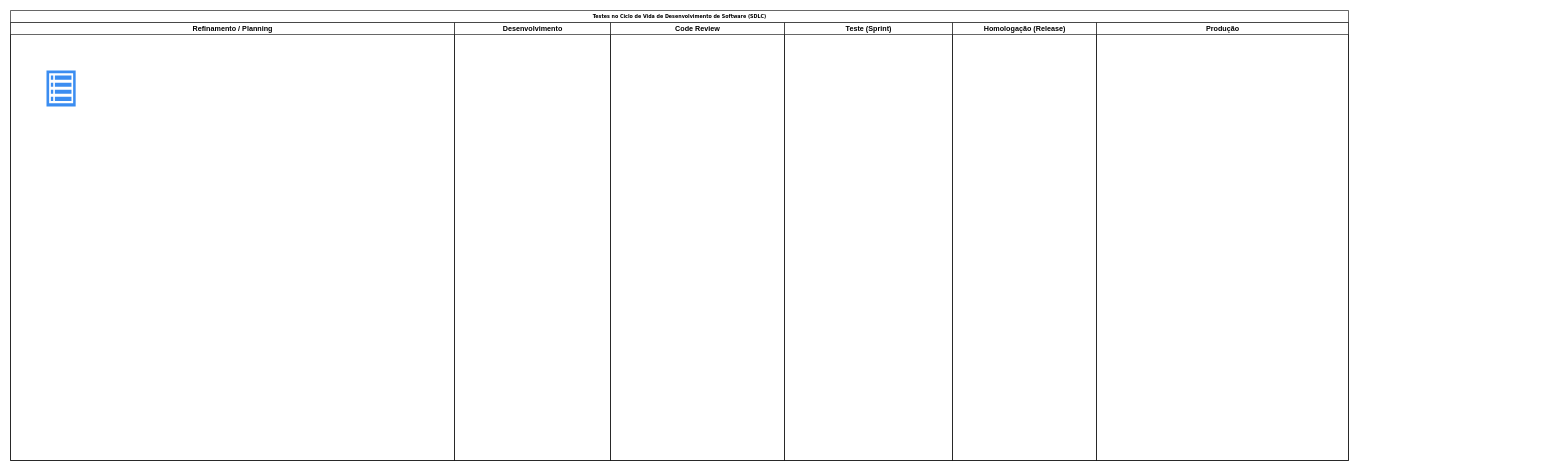
Above: Diagrama sem nome.drawio in QuintilianoNery/TestesNoSDLC (draw.io), before the change. Source tidied: cells renumbered, new cells numbered last; positions are measured from the earlier drawing's top-left corner, leaving out a move shared by most shapes. Both pictures are drawn from the tidied source at 60%, with x=0, y=0 at pixel (10, 10).
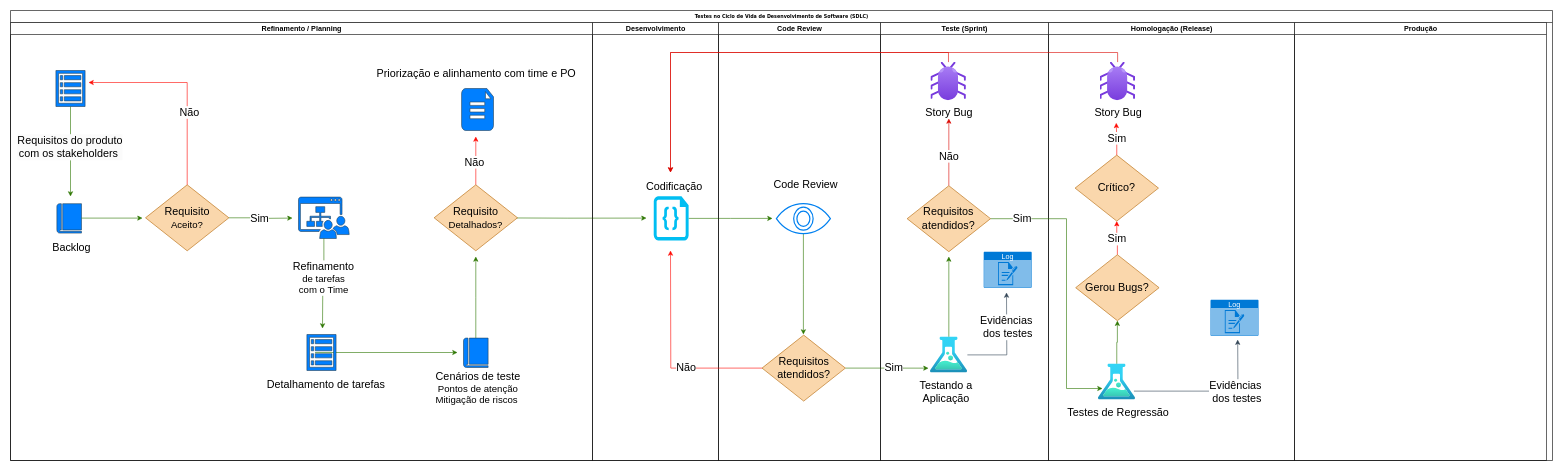
After the change.

Commit message:
Criação da arquitetura da atuação do QA.drawio

Change to the diagram source:
```diff
@@
     <mxCell id="2" value="Testes no Ciclo de Vida de Desenvolvimento de Software (SDLC)" style="swimlane;html=1;startSize=20;rounded=0;shadow=0;labelBackgroundColor=none;strokeWidth=1;fontFamily=Verdana;fontSize=8;align=center;" parent="1" vertex="1">
-      <mxGeometry width="2230" height="750" as="geometry" />
+      <mxGeometry width="2570" height="750" as="geometry" />
     </mxCell>
     <mxCell id="3" value="Refinamento / Planning" style="swimlane;html=1;startSize=20;" parent="2" vertex="1">
-      <mxGeometry y="20" width="740" height="730" as="geometry" />
+      <mxGeometry y="20" width="970" height="730" as="geometry" />
     </mxCell>
+    <mxCell id="10" style="edgeStyle=orthogonalEdgeStyle;rounded=0;jettySize=auto;html=1;fillColor=#60a917;strokeColor=#2D7600;flowAnimation=1;" parent="3" edge="1" source="4">
+      <mxGeometry relative="1" as="geometry">
+        <mxPoint x="100" y="290" as="targetPoint" />
+      </mxGeometry>
+    </mxCell>
+    <mxCell id="11" value="&lt;div style=&quot;font-size: 12px; background-color: rgb(251, 251, 251);&quot;&gt;&lt;span style=&quot;font-size: 18px;&quot;&gt;Requisitos do produto&lt;/span&gt;&lt;/div&gt;&lt;div style=&quot;font-size: 12px; background-color: rgb(251, 251, 251);&quot;&gt;&lt;span style=&quot;font-size: 18px;&quot;&gt;com os stakeholders&amp;nbsp;&lt;/span&gt;&lt;/div&gt;" style="edgeLabel;html=1;align=center;verticalAlign=middle;" parent="10" vertex="1">
+      <mxGeometry x="0.61" y="-2" relative="1" as="geometry">
+        <mxPoint y="-53" as="offset" />
+      </mxGeometry>
+    </mxCell>
-    <mxCell id="4" style="sketch=0;html=1;strokeColor=none;shadow=0;fillColor=#3B8DF1;verticalAlign=top;labelPosition=center;verticalLabelPosition=bottom;shape=mxgraph.gcp2.view_list;" parent="3" vertex="1">
-      <mxGeometry x="60" y="80" width="48.6" height="60" as="geometry" />
+    <mxCell id="4" style="sketch=0;html=1;strokeColor=#23445d;shadow=0;fillColor=#007FFF;verticalAlign=top;labelPosition=center;verticalLabelPosition=bottom;shape=mxgraph.gcp2.view_list;" parent="3" vertex="1">
+      <mxGeometry x="75.7" y="80" width="48.6" height="60" as="geometry" />
     </mxCell>
+    <mxCell id="12" style="sketch=0;shadow=0;dashed=0;html=1;strokeColor=#23445d;fillColor=#007FFF;labelPosition=center;verticalLabelPosition=bottom;verticalAlign=top;outlineConnect=0;align=center;shape=mxgraph.office.concepts.book_journal;" parent="3" vertex="1">
+      <mxGeometry x="77.3" y="302" width="41" height="49" as="geometry" />
+    </mxCell>
+    <mxCell id="13" value="&lt;span style=&quot;font-size: 18px;&quot;&gt;Backlog&amp;nbsp;&lt;/span&gt;" style="text;html=1;align=center;verticalAlign=middle;strokeColor=none;fillColor=none;" parent="3" vertex="1">
+      <mxGeometry x="58.8" y="356" width="90" height="40" as="geometry" />
+    </mxCell>
+    <mxCell id="14" style="edgeStyle=orthogonalEdgeStyle;rounded=0;jettySize=auto;html=1;fillColor=#60a917;strokeColor=#2D7600;flowAnimation=1;" parent="3" edge="1" source="16">
+      <mxGeometry relative="1" as="geometry">
+        <mxPoint x="470" y="326" as="targetPoint" />
+      </mxGeometry>
+    </mxCell>
+    <mxCell id="15" value="&lt;font style=&quot;font-size: 18px;&quot;&gt;Sim&lt;/font&gt;" style="edgeLabel;html=1;align=center;verticalAlign=middle;" parent="14" vertex="1">
+      <mxGeometry x="-0.06" y="-1" relative="1" as="geometry" />
+    </mxCell>
+    <mxCell id="16" value="&lt;div&gt;&lt;font style=&quot;font-size: 18px;&quot;&gt;Requisito&lt;/font&gt;&lt;/div&gt;&lt;div&gt;&lt;font size=&quot;3&quot;&gt;Aceito?&lt;/font&gt;&lt;/div&gt;" style="rhombus;whiteSpace=wrap;html=1;fillColor=#fad7ac;strokeColor=#b46504;" parent="3" vertex="1">
+      <mxGeometry x="225" y="270.5" width="139" height="110" as="geometry" />
+    </mxCell>
+    <mxCell id="17" style="edgeStyle=orthogonalEdgeStyle;rounded=0;jettySize=auto;html=1;fillColor=#60a917;strokeColor=#2D7600;flowAnimation=1;" parent="3" edge="1" source="12">
+      <mxGeometry relative="1" as="geometry">
+        <mxPoint x="220" y="326" as="targetPoint" />
+      </mxGeometry>
+    </mxCell>
+    <mxCell id="18" style="edgeStyle=orthogonalEdgeStyle;rounded=0;jettySize=auto;html=1;exitX=0.5;exitY=0;exitDx=0;exitDy=0;strokeColor=#ff0800;flowAnimation=1;" parent="3" edge="1" source="16">
+      <mxGeometry relative="1" as="geometry">
+        <mxPoint x="130" y="100" as="targetPoint" />
+        <Array as="points">
+          <mxPoint x="295" y="100" />
+        </Array>
+      </mxGeometry>
+    </mxCell>
+    <mxCell id="19" value="&lt;font style=&quot;font-size: 18px;&quot;&gt;Não&lt;/font&gt;" style="edgeLabel;html=1;align=center;verticalAlign=middle;" parent="18" vertex="1">
+      <mxGeometry x="-0.28" y="-3" relative="1" as="geometry" />
+    </mxCell>
+    <mxCell id="20" style="sketch=0;shadow=0;dashed=0;html=1;strokeColor=#23445d;fillColor=#007FFF;labelPosition=center;verticalLabelPosition=bottom;verticalAlign=top;outlineConnect=0;align=center;shape=mxgraph.office.sites.site_team;" parent="3" vertex="1">
+      <mxGeometry x="480" y="291" width="84.5" height="69" as="geometry" />
+    </mxCell>
+    <mxCell id="21" style="edgeStyle=orthogonalEdgeStyle;rounded=0;orthogonalLoop=1;jettySize=auto;html=1;fillColor=#60a917;strokeColor=#2D7600;flowAnimation=1;" parent="3" edge="1">
+      <mxGeometry relative="1" as="geometry">
+        <mxPoint x="507.5" y="550" as="sourcePoint" />
+        <mxPoint x="745" y="550" as="targetPoint" />
+      </mxGeometry>
+    </mxCell>
+    <mxCell id="22" style="sketch=0;html=1;strokeColor=#23445d;shadow=0;fillColor=#007FFF;verticalAlign=top;labelPosition=center;verticalLabelPosition=bottom;shape=mxgraph.gcp2.view_list;" parent="3" vertex="1">
+      <mxGeometry x="494" y="520" width="48.6" height="60" as="geometry" />
+    </mxCell>
+    <mxCell id="23" style="edgeStyle=orthogonalEdgeStyle;rounded=0;jettySize=auto;html=1;fillColor=#60a917;strokeColor=#2D7600;flowAnimation=1;" parent="3" edge="1" source="20">
+      <mxGeometry relative="1" as="geometry">
+        <mxPoint x="520" y="510" as="targetPoint" />
+      </mxGeometry>
+    </mxCell>
+    <mxCell id="24" value="&lt;div&gt;&lt;font style=&quot;font-size: 18px;&quot;&gt;Refinamento&amp;nbsp;&lt;/font&gt;&lt;/div&gt;&lt;div&gt;&lt;font size=&quot;3&quot;&gt;de tarefas&amp;nbsp;&lt;/font&gt;&lt;/div&gt;&lt;div&gt;&lt;font size=&quot;3&quot;&gt;com o Time&amp;nbsp;&lt;/font&gt;&lt;/div&gt;" style="edgeLabel;html=1;align=center;verticalAlign=middle;" parent="23" vertex="1">
+      <mxGeometry x="-0.15" y="1" relative="1" as="geometry" />
+    </mxCell>
+    <mxCell id="25" style="edgeStyle=orthogonalEdgeStyle;rounded=0;jettySize=auto;html=1;fillColor=#60a917;strokeColor=#2D7600;flowAnimation=1;" parent="3" edge="1" source="26">
+      <mxGeometry relative="1" as="geometry">
+        <mxPoint x="775.5" y="390" as="targetPoint" />
+      </mxGeometry>
+    </mxCell>
+    <mxCell id="26" style="sketch=0;shadow=0;dashed=0;html=1;strokeColor=#23445d;fillColor=#007FFF;labelPosition=center;verticalLabelPosition=bottom;verticalAlign=top;outlineConnect=0;align=center;shape=mxgraph.office.concepts.book_journal;" parent="3" vertex="1">
+      <mxGeometry x="755" y="526" width="41" height="49" as="geometry" />
+    </mxCell>
+    <mxCell id="27" style="edgeStyle=orthogonalEdgeStyle;rounded=0;jettySize=auto;html=1;fillColor=#f8cecc;strokeColor=#ff0800;flowAnimation=1;" parent="3" edge="1" source="30">
+      <mxGeometry relative="1" as="geometry">
+        <mxPoint x="775.5" y="190" as="targetPoint" />
+      </mxGeometry>
+    </mxCell>
+    <mxCell id="28" value="&lt;font style=&quot;font-size: 18px;&quot;&gt;Não&lt;/font&gt;" style="edgeLabel;html=1;align=center;verticalAlign=middle;" parent="27" vertex="1">
+      <mxGeometry x="-0.06" y="3" relative="1" as="geometry" />
+    </mxCell>
+    <mxCell id="29" style="edgeStyle=orthogonalEdgeStyle;rounded=0;orthogonalLoop=1;jettySize=auto;html=1;fillColor=#60a917;strokeColor=#2D7600;flowAnimation=1;" parent="3" edge="1">
+      <mxGeometry relative="1" as="geometry">
+        <mxPoint x="796.9" y="325.6" as="sourcePoint" />
+        <mxPoint x="1060" y="326" as="targetPoint" />
+      </mxGeometry>
+    </mxCell>
+    <mxCell id="30" value="&lt;div&gt;&lt;font style=&quot;font-size: 18px;&quot;&gt;Requisito&lt;/font&gt;&lt;/div&gt;&lt;div&gt;&lt;font size=&quot;3&quot;&gt;Detalhados?&lt;/font&gt;&lt;/div&gt;" style="rhombus;whiteSpace=wrap;html=1;fillColor=#fad7ac;strokeColor=#b46504;" parent="3" vertex="1">
+      <mxGeometry x="706" y="270.5" width="139" height="110" as="geometry" />
+    </mxCell>
+    <mxCell id="31" style="verticalLabelPosition=bottom;html=1;verticalAlign=top;align=center;strokeColor=#23445d;fillColor=#007FFF;shape=mxgraph.azure.file_2;" parent="3" vertex="1">
+      <mxGeometry x="751.8" y="110" width="53.2" height="70" as="geometry" />
+    </mxCell>
+    <mxCell id="32" value="&lt;span style=&quot;font-size: 18px;&quot;&gt;Priorização e alinhamento com time e PO&lt;/span&gt;" style="text;html=1;align=center;verticalAlign=middle;strokeColor=none;fillColor=none;" parent="3" vertex="1">
+      <mxGeometry x="596.4" y="66" width="360" height="40" as="geometry" />
+    </mxCell>
     <mxCell id="5" value="Desenvolvimento" style="swimlane;html=1;startSize=20;" parent="2" vertex="1">
-      <mxGeometry x="740" y="20" width="260" height="730" as="geometry" />
+      <mxGeometry x="970" y="20" width="210" height="730" as="geometry" />
     </mxCell>
+    <mxCell id="33" style="edgeStyle=orthogonalEdgeStyle;rounded=0;jettySize=auto;html=1;fillColor=#60a917;strokeColor=#2D7600;flowAnimation=1;" parent="5" edge="1" source="34">
+      <mxGeometry relative="1" as="geometry">
+        <mxPoint x="300" y="326.5" as="targetPoint" />
+      </mxGeometry>
+    </mxCell>
+    <mxCell id="34" style="verticalLabelPosition=bottom;html=1;verticalAlign=top;align=center;strokeColor=none;fillColor=#00BEF2;shape=mxgraph.azure.code_file;" parent="5" vertex="1">
+      <mxGeometry x="102" y="289.5" width="58.2" height="74" as="geometry" />
+    </mxCell>
+    <mxCell id="35" value="&lt;span style=&quot;font-size: 18px;&quot;&gt;Codificação&lt;/span&gt;" style="edgeLabel;html=1;align=center;verticalAlign=middle;" parent="5" vertex="1">
+      <mxGeometry x="110" y="272" as="geometry">
+        <mxPoint x="25" y="1" as="offset" />
+      </mxGeometry>
+    </mxCell>
     <mxCell id="6" value="Code Review" style="swimlane;html=1;startSize=20;" parent="2" vertex="1">
-      <mxGeometry x="1000" y="20" width="290" height="730" as="geometry" />
+      <mxGeometry x="1180" y="20" width="270" height="730" as="geometry" />
     </mxCell>
+    <mxCell id="36" style="edgeStyle=orthogonalEdgeStyle;rounded=0;jettySize=auto;html=1;fillColor=#f8cecc;strokeColor=#ff0800;flowAnimation=1;" parent="6" edge="1" source="40">
+      <mxGeometry relative="1" as="geometry">
+        <mxPoint x="-80" y="380" as="targetPoint" />
+      </mxGeometry>
+    </mxCell>
+    <mxCell id="37" value="&lt;font style=&quot;font-size: 18px;&quot;&gt;Não&lt;/font&gt;" style="edgeLabel;html=1;align=center;verticalAlign=middle;" parent="36" vertex="1">
+      <mxGeometry x="-0.27" y="-2" relative="1" as="geometry" />
+    </mxCell>
+    <mxCell id="38" style="edgeStyle=orthogonalEdgeStyle;rounded=0;jettySize=auto;html=1;exitX=1;exitY=0.5;exitDx=0;exitDy=0;fillColor=#60a917;strokeColor=#2D7600;flowAnimation=1;" parent="6" edge="1" source="40">
+      <mxGeometry relative="1" as="geometry">
+        <mxPoint x="350" y="576.1" as="targetPoint" />
+      </mxGeometry>
+    </mxCell>
+    <mxCell id="39" value="&lt;font style=&quot;font-size: 18px;&quot;&gt;Sim&lt;/font&gt;" style="edgeLabel;html=1;align=center;verticalAlign=middle;" parent="38" vertex="1">
+      <mxGeometry x="0.17" y="1" relative="1" as="geometry" />
+    </mxCell>
+    <mxCell id="40" value="&lt;span style=&quot;font-size: 18px;&quot;&gt;Requisitos atendidos?&lt;/span&gt;" style="rhombus;whiteSpace=wrap;html=1;fillColor=#fad7ac;strokeColor=#b46504;" parent="6" vertex="1">
+      <mxGeometry x="72.5" y="521" width="139" height="110" as="geometry" />
+    </mxCell>
+    <mxCell id="41" style="edgeStyle=orthogonalEdgeStyle;rounded=0;jettySize=auto;html=1;fillColor=#60a917;strokeColor=#2D7600;flowAnimation=1;" parent="6" edge="1" source="42">
+      <mxGeometry relative="1" as="geometry">
+        <mxPoint x="141.5" y="520" as="targetPoint" />
+      </mxGeometry>
+    </mxCell>
+    <mxCell id="42" style="html=1;verticalLabelPosition=bottom;align=center;labelBackgroundColor=#ffffff;verticalAlign=top;strokeWidth=2;strokeColor=#0080F0;shadow=0;dashed=0;shape=mxgraph.ios7.icons.eye;" parent="6" vertex="1">
+      <mxGeometry x="96.5" y="302" width="90" height="50" as="geometry" />
+    </mxCell>
+    <mxCell id="43" value="&lt;span style=&quot;font-size: 18px;&quot;&gt;Code Review&lt;/span&gt;" style="text;html=1;align=center;verticalAlign=middle;strokeColor=none;fillColor=none;" parent="6" vertex="1">
+      <mxGeometry x="80" y="250" width="130" height="40" as="geometry" />
+    </mxCell>
     <mxCell id="7" value="Teste (Sprint)" style="swimlane;html=1;startSize=20;" parent="2" vertex="1">
-      <mxGeometry x="1290" y="20" width="280" height="730" as="geometry" />
+      <mxGeometry x="1450" y="20" width="280" height="730" as="geometry" />
     </mxCell>
+    <mxCell id="44" style="edgeStyle=orthogonalEdgeStyle;rounded=0;jettySize=auto;html=1;fillColor=#60a917;strokeColor=#2D7600;flowAnimation=1;" parent="7" edge="1" source="47">
+      <mxGeometry relative="1" as="geometry">
+        <mxPoint x="113.9" y="390" as="targetPoint" />
+      </mxGeometry>
+    </mxCell>
+    <mxCell id="45" style="edgeStyle=orthogonalEdgeStyle;rounded=0;jettySize=auto;html=1;fillColor=#647687;strokeColor=#314354;flowAnimation=1;" parent="7" edge="1" source="47">
+      <mxGeometry relative="1" as="geometry">
+        <mxPoint x="210" y="450" as="targetPoint" />
+      </mxGeometry>
+    </mxCell>
+    <mxCell id="46" value="&lt;font style=&quot;font-size: 18px;&quot;&gt;Evidências&amp;nbsp;&lt;br&gt;dos testes&lt;/font&gt;" style="edgeLabel;html=1;align=center;verticalAlign=middle;" parent="45" vertex="1">
+      <mxGeometry x="0.32" y="-1" relative="1" as="geometry" />
+    </mxCell>
+    <mxCell id="47" style="image;html=1;points=[];align=center;fontSize=12;image=img/lib/azure2/general/Load_Test.svg;" parent="7" vertex="1">
+      <mxGeometry x="83" y="524" width="61.8" height="60" as="geometry" />
+    </mxCell>
+    <mxCell id="48" style="edgeStyle=orthogonalEdgeStyle;rounded=0;jettySize=auto;html=1;fillColor=#f8cecc;strokeColor=#db0700;flowAnimation=1;" parent="7" edge="1" source="50">
+      <mxGeometry relative="1" as="geometry">
+        <mxPoint x="113.9" y="160" as="targetPoint" />
+      </mxGeometry>
+    </mxCell>
+    <mxCell id="49" value="&lt;font style=&quot;font-size: 18px;&quot;&gt;Não&lt;/font&gt;" style="edgeLabel;html=1;align=center;verticalAlign=middle;" parent="48" vertex="1">
+      <mxGeometry x="-0.12" relative="1" as="geometry" />
+    </mxCell>
+    <mxCell id="50" value="&lt;span style=&quot;font-size: 18px;&quot;&gt;Requisitos atendidos?&lt;/span&gt;" style="rhombus;whiteSpace=wrap;html=1;fillColor=#fad7ac;strokeColor=#b46504;" parent="7" vertex="1">
+      <mxGeometry x="44.4" y="272" width="139" height="110" as="geometry" />
+    </mxCell>
+    <mxCell id="51" value="Log" style="html=1;whiteSpace=wrap;strokeColor=none;fillColor=#0079D6;labelPosition=center;verticalLabelPosition=middle;verticalAlign=top;align=center;fontSize=12;spacingTop=-6;fontColor=#FFFFFF;sketch=0;shape=mxgraph.sitemap.log;" parent="7" vertex="1">
+      <mxGeometry x="172" y="382" width="80" height="60" as="geometry" />
+    </mxCell>
+    <mxCell id="52" style="edgeStyle=orthogonalEdgeStyle;rounded=0;jettySize=auto;html=1;fillColor=#f8cecc;strokeColor=#db0700;flowAnimation=1;" parent="7" edge="1" source="53">
+      <mxGeometry relative="1" as="geometry">
+        <mxPoint x="-350" y="250" as="targetPoint" />
+        <Array as="points">
+          <mxPoint x="113" y="50" />
+          <mxPoint x="-350" y="50" />
+        </Array>
+      </mxGeometry>
+    </mxCell>
+    <mxCell id="53" style="image;html=1;points=[];align=center;fontSize=12;image=img/lib/azure2/general/Bug.svg;" parent="7" vertex="1">
+      <mxGeometry x="83.8" y="66" width="59" height="64" as="geometry" />
+    </mxCell>
+    <mxCell id="54" value="&lt;span style=&quot;font-size: 18px;&quot;&gt;Story Bug&lt;/span&gt;" style="text;html=1;align=center;verticalAlign=middle;strokeColor=none;fillColor=none;" parent="7" vertex="1">
+      <mxGeometry x="63.9" y="130" width="100" height="40" as="geometry" />
+    </mxCell>
+    <mxCell id="55" value="&lt;div&gt;&lt;span style=&quot;font-size: 18px;&quot;&gt;Testando a&lt;/span&gt;&lt;/div&gt;&lt;div&gt;&lt;span style=&quot;font-size: 18px;&quot;&gt;Aplicação&lt;/span&gt;&lt;/div&gt;" style="edgeLabel;html=1;align=center;verticalAlign=middle;" parent="7" vertex="1">
+      <mxGeometry x="113.9" y="620" as="geometry">
+        <mxPoint x="-5" y="-5" as="offset" />
+      </mxGeometry>
+    </mxCell>
     <mxCell id="8" value="Homologação (Release)" style="swimlane;html=1;startSize=20;" parent="2" vertex="1">
-      <mxGeometry x="1570" y="20" width="240" height="730" as="geometry" />
+      <mxGeometry x="1730" y="20" width="410" height="730" as="geometry" />
     </mxCell>
+    <mxCell id="56" style="edgeStyle=orthogonalEdgeStyle;rounded=0;jettySize=auto;html=1;fillColor=#fad9d5;strokeColor=#DB0700;flowAnimation=1;" parent="8" edge="1" source="57">
+      <mxGeometry relative="1" as="geometry">
+        <mxPoint x="-630" y="250" as="targetPoint" />
+        <Array as="points">
+          <mxPoint x="115" y="50" />
+          <mxPoint x="-630" y="50" />
+        </Array>
+      </mxGeometry>
+    </mxCell>
+    <mxCell id="57" style="image;html=1;points=[];align=center;fontSize=12;image=img/lib/azure2/general/Bug.svg;" parent="8" vertex="1">
+      <mxGeometry x="85.7" y="66" width="59" height="64" as="geometry" />
+    </mxCell>
+    <mxCell id="58" value="&lt;span style=&quot;font-size: 18px;&quot;&gt;Story Bug&lt;/span&gt;" style="text;html=1;align=center;verticalAlign=middle;points=[];strokeColor=none;fillColor=none;" parent="8" vertex="1">
+      <mxGeometry x="65.8" y="130" width="100" height="40" as="geometry" />
+    </mxCell>
+    <mxCell id="59" style="edgeStyle=orthogonalEdgeStyle;rounded=0;jettySize=auto;html=1;fillColor=#60a917;strokeColor=#2D7600;flowAnimation=1;" parent="8" edge="1" source="60" target="64">
+      <mxGeometry relative="1" as="geometry" />
+    </mxCell>
+    <mxCell id="60" style="image;html=1;points=[];align=center;fontSize=12;image=img/lib/azure2/general/Load_Test.svg;" parent="8" vertex="1">
+      <mxGeometry x="82.9" y="569" width="61.8" height="60" as="geometry" />
+    </mxCell>
+    <mxCell id="61" value="&lt;span style=&quot;font-size: 18px;&quot;&gt;Testes de Regressão&lt;/span&gt;" style="edgeLabel;html=1;align=center;verticalAlign=middle;" parent="8" vertex="1">
+      <mxGeometry x="115.8" y="649" as="geometry" />
+    </mxCell>
+    <mxCell id="62" style="edgeStyle=orthogonalEdgeStyle;rounded=0;jettySize=auto;html=1;entryX=0.5;entryY=1;entryDx=0;entryDy=0;fillColor=#f8cecc;strokeColor=#ff0800;flowAnimation=1;" parent="8" edge="1" source="64" target="65">
+      <mxGeometry relative="1" as="geometry" />
+    </mxCell>
+    <mxCell id="63" value="&lt;font style=&quot;font-size: 18px;&quot;&gt;Sim&lt;/font&gt;" style="edgeLabel;html=1;align=center;verticalAlign=middle;" parent="62" vertex="1">
+      <mxGeometry x="-0.06" y="1" relative="1" as="geometry" />
+    </mxCell>
+    <mxCell id="64" value="&lt;span style=&quot;font-size: 18px;&quot;&gt;Gerou Bugs?&lt;/span&gt;" style="rhombus;whiteSpace=wrap;html=1;fillColor=#fad7ac;strokeColor=#b46504;" parent="8" vertex="1">
+      <mxGeometry x="45.3" y="387" width="139" height="110" as="geometry" />
+    </mxCell>
+    <mxCell id="65" value="&lt;span style=&quot;font-size: 18px;&quot;&gt;Crítico?&lt;/span&gt;" style="rhombus;whiteSpace=wrap;html=1;fillColor=#fad7ac;strokeColor=#b46504;" parent="8" vertex="1">
+      <mxGeometry x="44.3" y="221" width="139" height="110" as="geometry" />
+    </mxCell>
+    <mxCell id="66" style="edgeStyle=orthogonalEdgeStyle;rounded=0;jettySize=auto;html=1;entryX=0.471;entryY=0.932;entryDx=0;entryDy=0;entryPerimeter=0;fillColor=#f8cecc;strokeColor=#ff0800;flowAnimation=1;" parent="8" edge="1" source="65" target="58">
+      <mxGeometry relative="1" as="geometry" />
+    </mxCell>
+    <mxCell id="67" value="&lt;font style=&quot;font-size: 18px;&quot;&gt;Sim&lt;/font&gt;" style="edgeLabel;html=1;align=center;verticalAlign=middle;" parent="66" vertex="1">
+      <mxGeometry x="0.05" y="-1" relative="1" as="geometry" />
+    </mxCell>
+    <mxCell id="68" style="edgeStyle=orthogonalEdgeStyle;rounded=0;jettySize=auto;html=1;fillColor=#647687;strokeColor=#314354;flowAnimation=1;entryX=0;entryY=0.5;entryDx=0;entryDy=0;entryPerimeter=0;exitX=0.962;exitY=0.756;exitDx=0;exitDy=0;exitPerimeter=0;" parent="8" edge="1" source="60">
+      <mxGeometry relative="1" as="geometry">
+        <mxPoint x="315.3" y="528.5" as="targetPoint" />
+      </mxGeometry>
+    </mxCell>
+    <mxCell id="69" value="&lt;font style=&quot;font-size: 18px;&quot;&gt;Evidências&amp;nbsp;&lt;br&gt;dos testes&lt;/font&gt;" style="edgeLabel;html=1;align=center;verticalAlign=middle;" parent="68" vertex="1">
+      <mxGeometry x="0.32" y="-1" relative="1" as="geometry" />
+    </mxCell>
+    <mxCell id="70" value="Log" style="html=1;whiteSpace=wrap;strokeColor=none;fillColor=#0079D6;labelPosition=center;verticalLabelPosition=middle;verticalAlign=top;align=center;fontSize=12;spacingTop=-6;fontColor=#FFFFFF;sketch=0;shape=mxgraph.sitemap.log;" parent="8" vertex="1">
+      <mxGeometry x="270" y="462" width="80" height="60" as="geometry" />
+    </mxCell>
     <mxCell id="9" value="Produção" style="swimlane;html=1;startSize=20;" parent="2" vertex="1">
-      <mxGeometry x="1810" y="20" width="420" height="730" as="geometry" />
+      <mxGeometry x="2140" y="20" width="420" height="730" as="geometry" />
     </mxCell>
+    <mxCell id="71" style="edgeStyle=orthogonalEdgeStyle;rounded=0;jettySize=auto;html=1;fillColor=#60a917;strokeColor=#2D7600;flowAnimation=1;" parent="2" edge="1" source="50">
+      <mxGeometry relative="1" as="geometry">
+        <mxPoint x="1820" y="630" as="targetPoint" />
+        <Array as="points">
+          <mxPoint x="1760" y="347" />
+          <mxPoint x="1760" y="630" />
+        </Array>
+      </mxGeometry>
+    </mxCell>
+    <mxCell id="72" value="&lt;font style=&quot;font-size: 18px;&quot;&gt;Sim&lt;/font&gt;" style="edgeLabel;html=1;align=center;verticalAlign=middle;" parent="71" vertex="1">
+      <mxGeometry x="-0.78" y="1" relative="1" as="geometry" />
+    </mxCell>
+    <mxCell id="73" value="&lt;br&gt;&lt;font style=&quot;font-size: 18px;&quot;&gt;&amp;nbsp;Detalhamento de tarefas&amp;nbsp;&amp;nbsp;&lt;/font&gt;" style="text;html=1;align=center;verticalAlign=middle;strokeColor=none;fillColor=none;" parent="1" vertex="1">
+      <mxGeometry x="408" y="592" width="240" height="50" as="geometry" />
+    </mxCell>
+    <mxCell id="74" value="&lt;div&gt;&lt;font style=&quot;font-size: 18px;&quot;&gt;Cenários de teste&lt;/font&gt;&lt;/div&gt;&lt;div&gt;&lt;font size=&quot;3&quot;&gt;Pontos de atenção&lt;/font&gt;&lt;/div&gt;&lt;div&gt;&lt;font size=&quot;3&quot;&gt;Mitigação de riscos&amp;nbsp;&lt;/font&gt;&lt;/div&gt;" style="text;html=1;align=center;verticalAlign=middle;strokeColor=none;fillColor=none;" parent="1" vertex="1">
+      <mxGeometry x="699" y="594" width="160" height="70" as="geometry" />
+    </mxCell>
```
